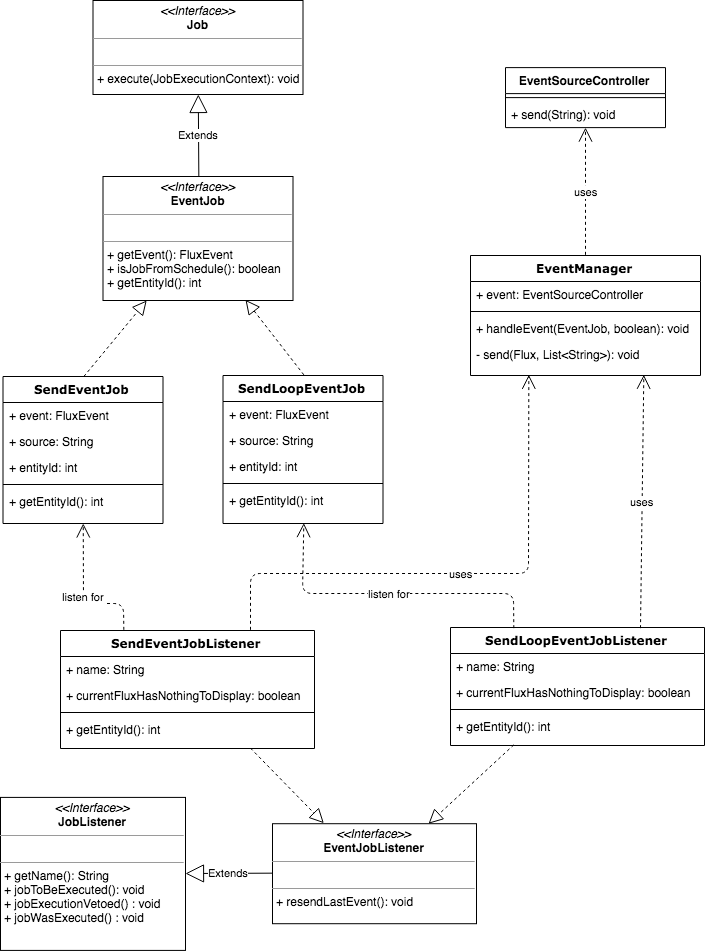
quentingigon/TB keeps this draw.io diagram as doc/rapport/schemas/event_handling.png. Above is the earlier version. Source tidied: cells renumbered, new cells last; positions are measured from the earlier drawing's top-left corner, leaving out a move shared by most shapes. Source of this version:
```xml
<mxGraphModel background="#ffffff">
  <root>
    <mxCell id="0" />
    <mxCell id="1" parent="0" />
    <mxCell id="2" value="SendEventJob" style="swimlane;html=1;fontStyle=1;align=center;verticalAlign=top;horizontal=1;startSize=26;swimlaneFillColor=#ffffff;rounded=0;shadow=0;comic=0;labelBackgroundColor=none;strokeColor=#000000;strokeWidth=1;fillColor=none;fontFamily=Verdana;fontSize=12;fontColor=#000000;" parent="1" vertex="1">
      <mxGeometry x="2.5" y="376" width="160" height="147" as="geometry" />
    </mxCell>
    <mxCell id="3" value="+ event: FluxEvent" style="text;html=1;strokeColor=none;fillColor=none;align=left;verticalAlign=top;spacingLeft=4;spacingRight=4;whiteSpace=wrap;overflow=hidden;" parent="2" vertex="1">
      <mxGeometry y="26" width="160" height="26" as="geometry" />
    </mxCell>
    <mxCell id="4" value="+ source: String" style="text;html=1;strokeColor=none;fillColor=none;align=left;verticalAlign=top;spacingLeft=4;spacingRight=4;whiteSpace=wrap;overflow=hidden;" parent="2" vertex="1">
      <mxGeometry y="52" width="160" height="26" as="geometry" />
    </mxCell>
    <mxCell id="5" value="+ entityId: int" style="text;html=1;strokeColor=none;fillColor=none;align=left;verticalAlign=top;spacingLeft=4;spacingRight=4;whiteSpace=wrap;overflow=hidden;" parent="2" vertex="1">
      <mxGeometry y="78" width="160" height="26" as="geometry" />
    </mxCell>
    <mxCell id="6" style="line;html=1;strokeWidth=1;fillColor=none;align=left;verticalAlign=middle;spacingTop=-1;spacingLeft=3;spacingRight=3;labelPosition=right;" parent="2" vertex="1">
      <mxGeometry y="104" width="160" height="8" as="geometry" />
    </mxCell>
    <mxCell id="7" value="+ getEntityId(): int" style="text;html=1;strokeColor=none;fillColor=none;align=left;verticalAlign=top;spacingLeft=4;spacingRight=4;whiteSpace=wrap;overflow=hidden;" parent="2" vertex="1">
      <mxGeometry y="112" width="160" height="26" as="geometry" />
    </mxCell>
    <mxCell id="8" value="&lt;p style=&quot;margin: 0px ; margin-top: 4px ; text-align: center&quot;&gt;&lt;i&gt;&amp;lt;&amp;lt;Interface&amp;gt;&amp;gt;&lt;/i&gt;&lt;br&gt;&lt;b&gt;EventJob&lt;/b&gt;&lt;/p&gt;&lt;hr size=&quot;1&quot;&gt;&lt;p style=&quot;margin: 0px ; margin-left: 4px&quot;&gt;&lt;br&gt;&lt;/p&gt;&lt;hr size=&quot;1&quot;&gt;&lt;p style=&quot;margin: 0px ; margin-left: 4px&quot;&gt;+ getEvent(): FluxEvent&lt;br&gt;+ isJobFromSchedule(): boolean&lt;/p&gt;&lt;p style=&quot;margin: 0px ; margin-left: 4px&quot;&gt;+ getEntityId(): int&lt;/p&gt;" style="verticalAlign=top;align=left;overflow=fill;fontSize=12;fontFamily=Helvetica;html=1;rounded=0;shadow=0;comic=0;labelBackgroundColor=none;strokeColor=#000000;strokeWidth=1;fillColor=#ffffff;" parent="1" vertex="1">
      <mxGeometry x="102.5" y="176" width="190" height="124" as="geometry" />
    </mxCell>
    <mxCell id="9" value="&lt;p style=&quot;margin: 0px ; margin-top: 4px ; text-align: center&quot;&gt;&lt;i&gt;&amp;lt;&amp;lt;Interface&amp;gt;&amp;gt;&lt;/i&gt;&lt;br&gt;&lt;b&gt;JobListener&lt;/b&gt;&lt;/p&gt;&lt;hr size=&quot;1&quot;&gt;&lt;p style=&quot;margin: 0px ; margin-left: 4px&quot;&gt;&lt;br&gt;&lt;/p&gt;&lt;hr size=&quot;1&quot;&gt;&lt;p style=&quot;margin: 0px ; margin-left: 4px&quot;&gt;+ getName(): String&lt;br&gt;+ jobToBeExecuted(): void&lt;/p&gt;&lt;p style=&quot;margin: 0px ; margin-left: 4px&quot;&gt;+ jobExecutionVetoed() : void&lt;/p&gt;&lt;p style=&quot;margin: 0px ; margin-left: 4px&quot;&gt;+ jobWasExecuted() : void&lt;/p&gt;" style="verticalAlign=top;align=left;overflow=fill;fontSize=12;fontFamily=Helvetica;html=1;rounded=0;shadow=0;comic=0;labelBackgroundColor=none;strokeColor=#000000;strokeWidth=1;fillColor=#ffffff;" parent="1" vertex="1">
      <mxGeometry y="796.9" width="185" height="153" as="geometry" />
    </mxCell>
    <mxCell id="10" value="Extends" style="endArrow=block;endSize=16;endFill=0;html=1;exitX=0.5;exitY=0;exitDx=0;exitDy=0;entryX=0.5;entryY=1;entryDx=0;entryDy=0;" parent="1" edge="1" source="8" target="11">
      <mxGeometry relative="1" as="geometry" />
    </mxCell>
    <mxCell id="11" value="&lt;p style=&quot;margin: 0px ; margin-top: 4px ; text-align: center&quot;&gt;&lt;i&gt;&amp;lt;&amp;lt;Interface&amp;gt;&amp;gt;&lt;/i&gt;&lt;br&gt;&lt;b&gt;Job&lt;/b&gt;&lt;/p&gt;&lt;hr size=&quot;1&quot;&gt;&lt;p style=&quot;margin: 0px ; margin-left: 4px&quot;&gt;&lt;br&gt;&lt;/p&gt;&lt;hr size=&quot;1&quot;&gt;&lt;p style=&quot;margin: 0px ; margin-left: 4px&quot;&gt;+ execute(JobExecutionContext): void&lt;br&gt;&lt;br&gt;&lt;/p&gt;" style="verticalAlign=top;align=left;overflow=fill;fontSize=12;fontFamily=Helvetica;html=1;rounded=0;shadow=0;comic=0;labelBackgroundColor=none;strokeColor=#000000;strokeWidth=1;fillColor=#ffffff;" parent="1" vertex="1">
      <mxGeometry x="92.5" width="210" height="94" as="geometry" />
    </mxCell>
    <mxCell id="12" value="SendLoopEventJob" style="swimlane;html=1;fontStyle=1;align=center;verticalAlign=top;horizontal=1;startSize=26;swimlaneFillColor=#ffffff;rounded=0;shadow=0;comic=0;labelBackgroundColor=none;strokeColor=#000000;strokeWidth=1;fillColor=none;fontFamily=Verdana;fontSize=12;fontColor=#000000;" parent="1" vertex="1">
      <mxGeometry x="222.5" y="375" width="160" height="148" as="geometry" />
    </mxCell>
    <mxCell id="13" value="+ event: FluxEvent" style="text;html=1;strokeColor=none;fillColor=none;align=left;verticalAlign=top;spacingLeft=4;spacingRight=4;whiteSpace=wrap;overflow=hidden;" parent="12" vertex="1">
      <mxGeometry y="26" width="160" height="26" as="geometry" />
    </mxCell>
    <mxCell id="14" value="+ source: String" style="text;html=1;strokeColor=none;fillColor=none;align=left;verticalAlign=top;spacingLeft=4;spacingRight=4;whiteSpace=wrap;overflow=hidden;" parent="12" vertex="1">
      <mxGeometry y="52" width="160" height="26" as="geometry" />
    </mxCell>
    <mxCell id="15" value="+ entityId: int" style="text;html=1;strokeColor=none;fillColor=none;align=left;verticalAlign=top;spacingLeft=4;spacingRight=4;whiteSpace=wrap;overflow=hidden;" parent="12" vertex="1">
      <mxGeometry y="78" width="160" height="26" as="geometry" />
    </mxCell>
    <mxCell id="16" style="line;html=1;strokeWidth=1;fillColor=none;align=left;verticalAlign=middle;spacingTop=-1;spacingLeft=3;spacingRight=3;labelPosition=right;" parent="12" vertex="1">
      <mxGeometry y="104" width="160" height="8" as="geometry" />
    </mxCell>
    <mxCell id="17" value="+ getEntityId(): int" style="text;html=1;strokeColor=none;fillColor=none;align=left;verticalAlign=top;spacingLeft=4;spacingRight=4;whiteSpace=wrap;overflow=hidden;" parent="12" vertex="1">
      <mxGeometry y="112" width="160" height="26" as="geometry" />
    </mxCell>
    <mxCell id="18" value="&lt;p style=&quot;margin: 0px ; margin-top: 4px ; text-align: center&quot;&gt;&lt;i&gt;&amp;lt;&amp;lt;Interface&amp;gt;&amp;gt;&lt;/i&gt;&lt;br&gt;&lt;b&gt;EventJobListener&lt;/b&gt;&lt;/p&gt;&lt;hr size=&quot;1&quot;&gt;&lt;p style=&quot;margin: 0px ; margin-left: 4px&quot;&gt;&lt;br&gt;&lt;/p&gt;&lt;hr size=&quot;1&quot;&gt;&lt;p style=&quot;margin: 0px ; margin-left: 4px&quot;&gt;+ resendLastEvent(): void&lt;/p&gt;" style="verticalAlign=top;align=left;overflow=fill;fontSize=12;fontFamily=Helvetica;html=1;rounded=0;shadow=0;comic=0;labelBackgroundColor=none;strokeColor=#000000;strokeWidth=1;fillColor=#ffffff;" parent="1" vertex="1">
      <mxGeometry x="272" y="823.2" width="204" height="100" as="geometry" />
    </mxCell>
    <mxCell id="19" value="Extends" style="endArrow=block;endSize=16;endFill=0;html=1;exitX=0;exitY=0.5;exitDx=0;exitDy=0;entryX=1;entryY=0.25;entryDx=0;entryDy=0;" parent="1" edge="1" source="18" target="9">
      <mxGeometry relative="1" as="geometry" />
    </mxCell>
    <mxCell id="20" value="SendEventJobListener" style="swimlane;html=1;fontStyle=1;align=center;verticalAlign=top;horizontal=1;startSize=26;swimlaneFillColor=#ffffff;rounded=0;shadow=0;comic=0;labelBackgroundColor=none;strokeColor=#000000;strokeWidth=1;fillColor=none;fontFamily=Verdana;fontSize=12;fontColor=#000000;" parent="1" vertex="1">
      <mxGeometry x="60" y="630" width="254" height="118" as="geometry" />
    </mxCell>
    <mxCell id="21" value="+ name: String" style="text;html=1;strokeColor=none;fillColor=none;align=left;verticalAlign=top;spacingLeft=4;spacingRight=4;whiteSpace=wrap;overflow=hidden;" parent="20" vertex="1">
      <mxGeometry y="26" width="254" height="26" as="geometry" />
    </mxCell>
    <mxCell id="22" value="+ currentFluxHasNothingToDisplay: boolean" style="text;html=1;strokeColor=none;fillColor=none;align=left;verticalAlign=top;spacingLeft=4;spacingRight=4;whiteSpace=wrap;overflow=hidden;" parent="20" vertex="1">
      <mxGeometry y="52" width="254" height="26" as="geometry" />
    </mxCell>
    <mxCell id="23" style="line;html=1;strokeWidth=1;fillColor=none;align=left;verticalAlign=middle;spacingTop=-1;spacingLeft=3;spacingRight=3;labelPosition=right;" parent="20" vertex="1">
      <mxGeometry y="78" width="254" height="8" as="geometry" />
    </mxCell>
    <mxCell id="24" value="+ getEntityId(): int" style="text;html=1;strokeColor=none;fillColor=none;align=left;verticalAlign=top;spacingLeft=4;spacingRight=4;whiteSpace=wrap;overflow=hidden;" parent="20" vertex="1">
      <mxGeometry y="86" width="254" height="26" as="geometry" />
    </mxCell>
    <mxCell id="25" value="SendLoopEventJobListener" style="swimlane;html=1;fontStyle=1;align=center;verticalAlign=top;horizontal=1;startSize=26;swimlaneFillColor=#ffffff;rounded=0;shadow=0;comic=0;labelBackgroundColor=none;strokeColor=#000000;strokeWidth=1;fillColor=none;fontFamily=Verdana;fontSize=12;fontColor=#000000;" parent="1" vertex="1">
      <mxGeometry x="450" y="627" width="254" height="118" as="geometry" />
    </mxCell>
    <mxCell id="26" value="+ name: String" style="text;html=1;strokeColor=none;fillColor=none;align=left;verticalAlign=top;spacingLeft=4;spacingRight=4;whiteSpace=wrap;overflow=hidden;" parent="25" vertex="1">
      <mxGeometry y="26" width="254" height="26" as="geometry" />
    </mxCell>
    <mxCell id="27" value="+ currentFluxHasNothingToDisplay: boolean" style="text;html=1;strokeColor=none;fillColor=none;align=left;verticalAlign=top;spacingLeft=4;spacingRight=4;whiteSpace=wrap;overflow=hidden;" parent="25" vertex="1">
      <mxGeometry y="52" width="254" height="26" as="geometry" />
    </mxCell>
    <mxCell id="28" style="line;html=1;strokeWidth=1;fillColor=none;align=left;verticalAlign=middle;spacingTop=-1;spacingLeft=3;spacingRight=3;labelPosition=right;" parent="25" vertex="1">
      <mxGeometry y="78" width="254" height="8" as="geometry" />
    </mxCell>
    <mxCell id="29" value="+ getEntityId(): int" style="text;html=1;strokeColor=none;fillColor=none;align=left;verticalAlign=top;spacingLeft=4;spacingRight=4;whiteSpace=wrap;overflow=hidden;" parent="25" vertex="1">
      <mxGeometry y="86" width="254" height="26" as="geometry" />
    </mxCell>
    <mxCell id="30" value="EventManager" style="swimlane;html=1;fontStyle=1;align=center;verticalAlign=top;horizontal=1;startSize=26;swimlaneFillColor=#ffffff;rounded=0;shadow=0;comic=0;labelBackgroundColor=none;strokeColor=#000000;strokeWidth=1;fillColor=none;fontFamily=Verdana;fontSize=12;fontColor=#000000;" parent="1" vertex="1">
      <mxGeometry x="470" y="255" width="230" height="120" as="geometry" />
    </mxCell>
    <mxCell id="31" value="+ event: EventSourceController" style="text;html=1;strokeColor=none;fillColor=none;align=left;verticalAlign=top;spacingLeft=4;spacingRight=4;whiteSpace=wrap;overflow=hidden;" parent="30" vertex="1">
      <mxGeometry y="26" width="230" height="26" as="geometry" />
    </mxCell>
    <mxCell id="32" style="line;html=1;strokeWidth=1;fillColor=none;align=left;verticalAlign=middle;spacingTop=-1;spacingLeft=3;spacingRight=3;labelPosition=right;" parent="30" vertex="1">
      <mxGeometry y="52" width="230" height="8" as="geometry" />
    </mxCell>
    <mxCell id="33" value="+ handleEvent(EventJob, boolean): void" style="text;html=1;strokeColor=none;fillColor=none;align=left;verticalAlign=top;spacingLeft=4;spacingRight=4;whiteSpace=wrap;overflow=hidden;" parent="30" vertex="1">
      <mxGeometry y="60" width="230" height="26" as="geometry" />
    </mxCell>
    <mxCell id="34" value="- send(Flux, List&amp;lt;String&amp;gt;): void" style="text;html=1;strokeColor=none;fillColor=none;align=left;verticalAlign=top;spacingLeft=4;spacingRight=4;whiteSpace=wrap;overflow=hidden;" parent="30" vertex="1">
      <mxGeometry y="86" width="230" height="26" as="geometry" />
    </mxCell>
    <mxCell id="35" style="endArrow=block;dashed=1;endFill=0;endSize=12;html=1;exitX=0.75;exitY=1;exitDx=0;exitDy=0;entryX=0.25;entryY=0;entryDx=0;entryDy=0;" parent="1" edge="1" source="20" target="18">
      <mxGeometry relative="1" as="geometry" />
    </mxCell>
    <mxCell id="36" style="endArrow=block;dashed=1;endFill=0;endSize=12;html=1;exitX=0.25;exitY=1;exitDx=0;exitDy=0;entryX=0.75;entryY=0;entryDx=0;entryDy=0;" parent="1" edge="1" source="25" target="18">
      <mxGeometry relative="1" as="geometry" />
    </mxCell>
    <mxCell id="37" value="EventSourceController" style="swimlane;fontStyle=1;align=center;verticalAlign=top;horizontal=1;startSize=26;" parent="1" vertex="1">
      <mxGeometry x="505" y="67.1" width="160" height="60" as="geometry" />
    </mxCell>
    <mxCell id="38" style="line;strokeWidth=1;fillColor=none;align=left;verticalAlign=middle;spacingTop=-1;spacingLeft=3;spacingRight=3;labelPosition=right;" parent="37" vertex="1">
      <mxGeometry y="26" width="160" height="8" as="geometry" />
    </mxCell>
    <mxCell id="39" value="+ send(String): void" style="text;strokeColor=none;fillColor=none;align=left;verticalAlign=top;spacingLeft=4;spacingRight=4;overflow=hidden;points=[[0,0.5],[1,0.5]];portConstraint=eastwest;" parent="37" vertex="1">
      <mxGeometry y="34" width="160" height="26" as="geometry" />
    </mxCell>
    <mxCell id="40" value="listen for" style="endArrow=open;endSize=12;dashed=1;html=1;exitX=0.25;exitY=0;exitDx=0;exitDy=0;entryX=0.5;entryY=1;entryDx=0;entryDy=0;" parent="1" edge="1" source="20" target="2">
      <mxGeometry relative="1" as="geometry">
        <Array as="points">
          <mxPoint x="123" y="603" />
          <mxPoint x="83" y="603" />
        </Array>
      </mxGeometry>
    </mxCell>
    <mxCell id="41" value="listen for" style="endArrow=open;endSize=12;dashed=1;html=1;exitX=0.25;exitY=0;exitDx=0;exitDy=0;entryX=0.5;entryY=1;entryDx=0;entryDy=0;" parent="1" edge="1" source="25" target="12">
      <mxGeometry relative="1" as="geometry">
        <Array as="points">
          <mxPoint x="513" y="593" />
          <mxPoint x="302" y="593" />
        </Array>
      </mxGeometry>
    </mxCell>
    <mxCell id="42" style="endArrow=block;dashed=1;endFill=0;endSize=12;html=1;exitX=0.5;exitY=0;exitDx=0;exitDy=0;entryX=0.25;entryY=1;entryDx=0;entryDy=0;" parent="1" edge="1" source="2" target="8">
      <mxGeometry relative="1" as="geometry" />
    </mxCell>
    <mxCell id="43" style="endArrow=block;dashed=1;endFill=0;endSize=12;html=1;exitX=0.5;exitY=0;exitDx=0;exitDy=0;entryX=0.75;entryY=1;entryDx=0;entryDy=0;" parent="1" edge="1" source="12" target="8">
      <mxGeometry relative="1" as="geometry" />
    </mxCell>
    <mxCell id="44" value="uses" style="endArrow=open;endSize=12;dashed=1;html=1;exitX=0.75;exitY=0;exitDx=0;exitDy=0;entryX=0.75;entryY=1;entryDx=0;entryDy=0;" parent="1" edge="1" source="25" target="30">
      <mxGeometry relative="1" as="geometry" />
    </mxCell>
    <mxCell id="45" value="uses" style="endArrow=open;endSize=12;dashed=1;html=1;exitX=0.75;exitY=0;exitDx=0;exitDy=0;entryX=0.25;entryY=1;entryDx=0;entryDy=0;" parent="1" edge="1" source="20" target="30">
      <mxGeometry relative="1" as="geometry">
        <Array as="points">
          <mxPoint x="250" y="573" />
          <mxPoint x="528" y="573" />
        </Array>
      </mxGeometry>
    </mxCell>
    <mxCell id="46" value="uses" style="endArrow=open;endSize=12;dashed=1;html=1;exitX=0.5;exitY=0;exitDx=0;exitDy=0;entryX=0.48;entryY=1.009;entryDx=0;entryDy=0;entryPerimeter=0;" parent="1" edge="1" source="30" target="39">
      <mxGeometry relative="1" as="geometry" />
    </mxCell>
  </root>
</mxGraphModel>
```
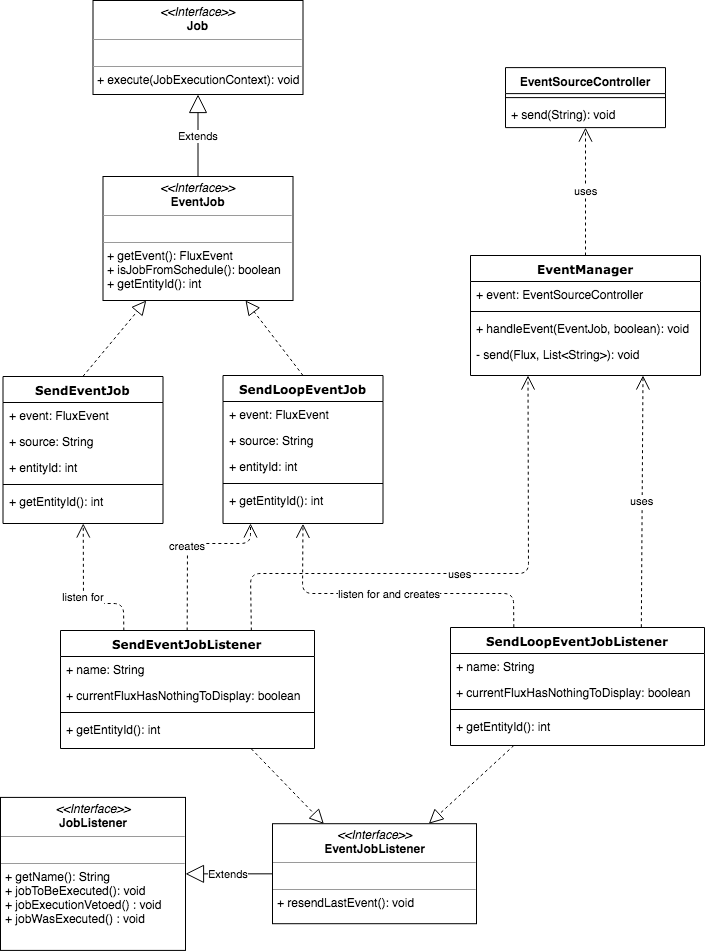
Later version of the same file.

Change to the diagram source:
```diff
@@ -124,7 +124,7 @@
         </Array>
       </mxGeometry>
     </mxCell>
-    <mxCell id="41" value="listen for" style="endArrow=open;endSize=12;dashed=1;html=1;exitX=0.25;exitY=0;exitDx=0;exitDy=0;entryX=0.5;entryY=1;entryDx=0;entryDy=0;" parent="1" edge="1" source="25" target="12">
+    <mxCell id="41" value="listen for and creates" style="endArrow=open;endSize=12;dashed=1;html=1;exitX=0.25;exitY=0;exitDx=0;exitDy=0;entryX=0.5;entryY=1;entryDx=0;entryDy=0;" parent="1" edge="1" source="25" target="12">
       <mxGeometry relative="1" as="geometry">
         <Array as="points">
           <mxPoint x="513" y="593" />
@@ -152,5 +152,14 @@
     <mxCell id="46" value="uses" style="endArrow=open;endSize=12;dashed=1;html=1;exitX=0.5;exitY=0;exitDx=0;exitDy=0;entryX=0.48;entryY=1.009;entryDx=0;entryDy=0;entryPerimeter=0;" parent="1" edge="1" source="30" target="39">
       <mxGeometry relative="1" as="geometry" />
     </mxCell>
+    <mxCell id="47" value="creates" style="endArrow=open;endSize=12;dashed=1;html=1;exitX=0.5;exitY=0;exitDx=0;exitDy=0;" parent="1" edge="1" source="20">
+      <mxGeometry relative="1" as="geometry">
+        <mxPoint x="250" y="523" as="targetPoint" />
+        <Array as="points">
+          <mxPoint x="187" y="543" />
+          <mxPoint x="250" y="543" />
+        </Array>
+      </mxGeometry>
+    </mxCell>
   </root>
 </mxGraphModel>
```
